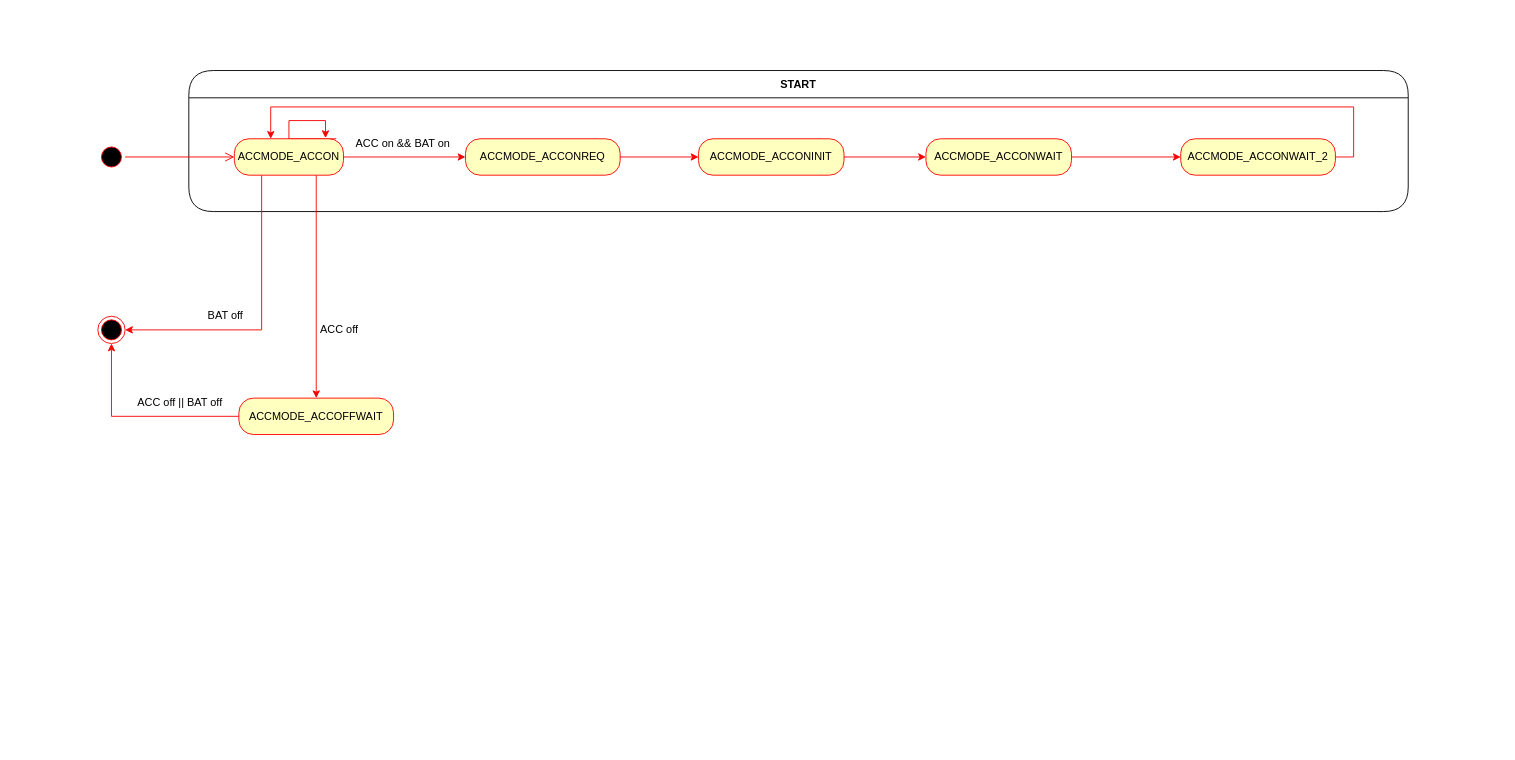
Above: page "AccMain" (2 of 2) of 제목 없는 다이어그램.drawio in chaeyoonl/state-transition-diagram-test (draw.io), before the change. Source tidied: cells renumbered, new cells numbered last; positions are measured from the earlier drawing's top-left corner, leaving out a move shared by most shapes. Both pictures are drawn from the tidied source at 91%, with x=0, y=0 at pixel (97, 70).
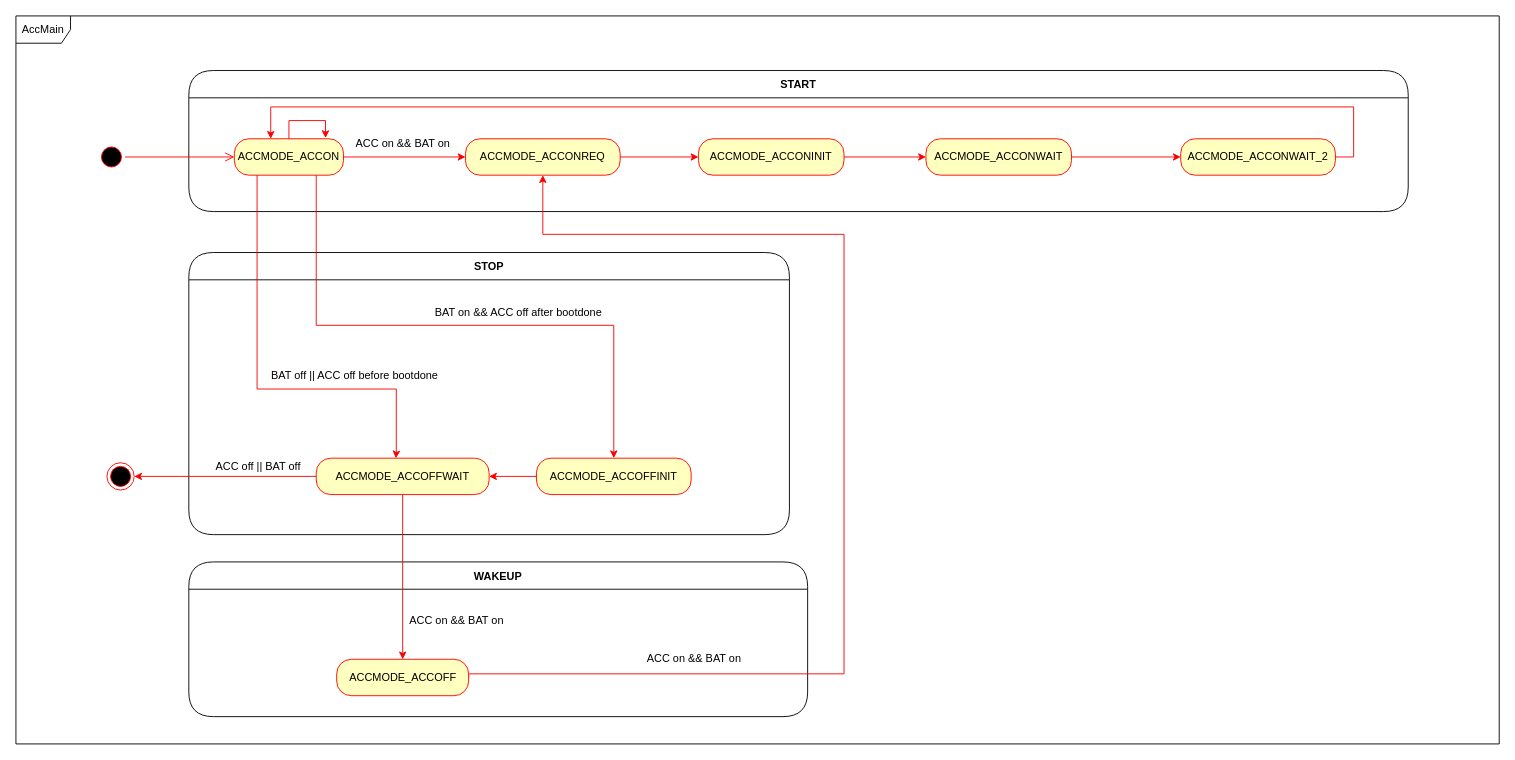
The same diagram, later.

Commit message (it also covers changes not shown here):
제목 없는 다이어그램.drawio 업데이트

The change refers to these unchanged cells:
```xml
<mxCell id="9" value="ACCMODE_ACCON" style="rounded=1;whiteSpace=wrap;html=1;arcSize=40;fontColor=#000000;fillColor=#ffffc0;strokeColor=#ff0000;fillStyle=auto;" parent="1" vertex="1">
  <mxGeometry x="150" y="75" width="120" height="40" as="geometry" />
</mxCell>
<mxCell id="11" value="ACCMODE_ACCONREQ" style="rounded=1;whiteSpace=wrap;html=1;arcSize=40;fontColor=#000000;fillColor=#ffffc0;strokeColor=#ff0000;fillStyle=auto;" parent="1" vertex="1">
  <mxGeometry x="404" y="75" width="170" height="40" as="geometry" />
</mxCell>
```

The edit, as a diff of the source:
```diff
@@
+    <mxCell id="25" value="AccMain" style="shape=umlFrame;whiteSpace=wrap;html=1;rounded=1;fillStyle=auto;strokeColor=#000000;fillColor=#FFFFFF;gradientColor=none;" parent="1" vertex="1">
+      <mxGeometry x="-90" y="-60" width="1630" height="800" as="geometry" />
+    </mxCell>
+    <mxCell id="26" value="WAKEUP" style="swimlane;fontStyle=1;align=center;verticalAlign=middle;horizontal=1;startSize=30;rounded=1;arcSize=30;swimlaneFillColor=#FFFFFF;fillStyle=auto;" parent="1" vertex="1">
+      <mxGeometry x="100" y="540" width="680" height="170" as="geometry" />
+    </mxCell>
+    <mxCell id="27" value="STOP" style="swimlane;fontStyle=1;align=center;verticalAlign=middle;horizontal=1;startSize=30;rounded=1;arcSize=30;swimlaneFillColor=#FFFFFF;fillStyle=auto;" parent="1" vertex="1">
+      <mxGeometry x="100" y="200" width="660" height="310" as="geometry" />
+    </mxCell>
@@
-    <mxCell id="6" style="edgeStyle=orthogonalEdgeStyle;rounded=0;jettySize=auto;html=1;exitX=0.25;exitY=1;exitDx=0;exitDy=0;entryX=1;entryY=0.5;entryDx=0;entryDy=0;strokeColor=#F70000;" parent="1" edge="1" source="9" target="22">
-      <mxGeometry relative="1" as="geometry" />
+    <mxCell id="6" style="edgeStyle=orthogonalEdgeStyle;rounded=0;jettySize=auto;html=1;strokeColor=#F70000;entryX=0.461;entryY=0.004;entryDx=0;entryDy=0;entryPerimeter=0;" parent="1" edge="1" target="32">
+      <mxGeometry relative="1" as="geometry">
+        <mxPoint x="175" y="110" as="sourcePoint" />
+        <Array as="points">
+          <mxPoint x="175" y="350" />
+          <mxPoint x="328" y="350" />
+          <mxPoint x="328" y="420" />
+        </Array>
+      </mxGeometry>
     </mxCell>
-    <mxCell id="7" style="edgeStyle=orthogonalEdgeStyle;rounded=0;jettySize=auto;html=1;exitX=0.5;exitY=0;exitDx=0;exitDy=0;strokeColor=#F70000;entryX=0.835;entryY=-0.02;entryDx=0;entryDy=0;entryPerimeter=0;" parent="1" edge="1" target="9">
+    <mxCell id="7" style="edgeStyle=orthogonalEdgeStyle;rounded=0;orthogonalLoop=1;jettySize=auto;html=1;exitX=0.831;exitY=0.017;exitDx=0;exitDy=0;strokeColor=#F70000;entryX=0.835;entryY=-0.02;entryDx=0;entryDy=0;entryPerimeter=0;exitPerimeter=0;" parent="1" edge="1" source="9" target="9">
       <mxGeometry relative="1" as="geometry">
-        <mxPoint x="262" y="75" as="sourcePoint" />
         <Array as="points">
-          <mxPoint x="210" y="75" />
+          <mxPoint x="210" y="76" />
           <mxPoint x="210" y="55" />
           <mxPoint x="250" y="55" />
         </Array>
       </mxGeometry>
     </mxCell>
-    <mxCell id="8" style="edgeStyle=orthogonalEdgeStyle;rounded=0;jettySize=auto;html=1;exitX=0.75;exitY=1;exitDx=0;exitDy=0;entryX=0.5;entryY=0;entryDx=0;entryDy=0;strokeColor=#F70000;" parent="1" edge="1" source="9" target="19">
+    <mxCell id="8" style="edgeStyle=orthogonalEdgeStyle;rounded=0;jettySize=auto;html=1;exitX=0.75;exitY=1;exitDx=0;exitDy=0;strokeColor=#F70000;entryX=0.5;entryY=0;entryDx=0;entryDy=0;" parent="1" edge="1" source="9" target="19">
       <mxGeometry relative="1" as="geometry">
         <Array as="points">
-          <mxPoint x="240" y="350" />
+          <mxPoint x="240" y="280" />
+          <mxPoint x="567" y="280" />
         </Array>
       </mxGeometry>
     </mxCell>
@@
-    <mxCell id="18" style="edgeStyle=orthogonalEdgeStyle;rounded=0;jettySize=auto;html=1;exitX=0;exitY=0.5;exitDx=0;exitDy=0;entryX=0.5;entryY=1;entryDx=0;entryDy=0;strokeColor=#F70000;" parent="1" edge="1" source="19" target="22">
-      <mxGeometry relative="1" as="geometry" />
-    </mxCell>
+    <mxCell id="28" style="edgeStyle=orthogonalEdgeStyle;rounded=0;jettySize=auto;html=1;exitX=0;exitY=0.5;exitDx=0;exitDy=0;entryX=1;entryY=0.5;entryDx=0;entryDy=0;strokeColor=#F70000;" parent="1" edge="1" source="19" target="32">
+      <mxGeometry relative="1" as="geometry" />
+    </mxCell>
-    <mxCell id="19" value="ACCMODE_ACCOFFWAIT" style="rounded=1;whiteSpace=wrap;html=1;arcSize=40;fontColor=#000000;fillColor=#ffffc0;strokeColor=#ff0000;fillStyle=auto;" parent="1" vertex="1">
-      <mxGeometry x="155" y="360" width="170" height="40" as="geometry" />
+    <mxCell id="19" value="ACCMODE_ACCOFFINIT" style="rounded=1;whiteSpace=wrap;html=1;arcSize=40;fontColor=#000000;fillColor=#ffffc0;strokeColor=#ff0000;fillStyle=auto;" parent="1" vertex="1">
+      <mxGeometry x="482" y="426" width="170" height="40" as="geometry" />
     </mxCell>
@@
-    <mxCell id="21" value="BAT off" style="text;html=1;align=center;verticalAlign=middle;fillColor=none;strokeColor=none;rounded=0;fillStyle=auto;" parent="1" vertex="1">
-      <mxGeometry x="110" y="255" width="60" height="30" as="geometry" />
-    </mxCell>
     <mxCell id="22" style="ellipse;html=1;shape=endState;fillColor=#000000;strokeColor=#ff0000;rounded=1;fillStyle=auto;" parent="1" vertex="1">
-      <mxGeometry y="270" width="30" height="30" as="geometry" />
+      <mxGeometry x="10" y="431" width="30" height="30" as="geometry" />
     </mxCell>
-    <mxCell id="23" value="ACC off" style="text;html=1;align=center;verticalAlign=middle;fillColor=none;strokeColor=none;rounded=0;fillStyle=auto;" parent="1" vertex="1">
-      <mxGeometry x="230" y="270" width="70" height="30" as="geometry" />
-    </mxCell>
+    <mxCell id="29" value="BAT on &amp;amp;&amp;amp; ACC off after bootdone" style="text;html=1;align=center;verticalAlign=middle;fillColor=none;strokeColor=none;rounded=0;fillStyle=auto;" parent="1" vertex="1">
+      <mxGeometry x="357" y="251" width="210" height="30" as="geometry" />
+    </mxCell>
+    <mxCell id="30" style="edgeStyle=orthogonalEdgeStyle;rounded=0;jettySize=auto;html=1;exitX=0;exitY=0.5;exitDx=0;exitDy=0;entryX=1;entryY=0.5;entryDx=0;entryDy=0;strokeColor=#F70000;" parent="1" edge="1" source="32" target="22">
+      <mxGeometry relative="1" as="geometry">
+        <Array as="points">
+          <mxPoint x="90" y="446" />
+          <mxPoint x="90" y="446" />
+        </Array>
+      </mxGeometry>
+    </mxCell>
+    <mxCell id="31" style="edgeStyle=orthogonalEdgeStyle;rounded=0;jettySize=auto;html=1;exitX=0.5;exitY=1;exitDx=0;exitDy=0;entryX=0.5;entryY=0;entryDx=0;entryDy=0;strokeColor=#F70000;" parent="1" edge="1" source="32" target="35">
+      <mxGeometry relative="1" as="geometry" />
+    </mxCell>
+    <mxCell id="32" value="ACCMODE_ACCOFFWAIT" style="rounded=1;whiteSpace=wrap;html=1;arcSize=40;fontColor=#000000;fillColor=#ffffc0;strokeColor=#ff0000;fillStyle=auto;" parent="1" vertex="1">
+      <mxGeometry x="240" y="426" width="190" height="40" as="geometry" />
+    </mxCell>
+    <mxCell id="33" value="BAT off || ACC off before bootdone" style="text;html=1;align=center;verticalAlign=middle;fillColor=none;strokeColor=none;rounded=0;fillStyle=auto;" parent="1" vertex="1">
+      <mxGeometry x="177" y="320" width="210" height="30" as="geometry" />
+    </mxCell>
     <mxCell id="24" value="ACC off || BAT off" style="text;html=1;align=center;verticalAlign=middle;fillColor=none;strokeColor=none;rounded=0;fillStyle=auto;" parent="1" vertex="1">
-      <mxGeometry x="30" y="350" width="120" height="30" as="geometry" />
+      <mxGeometry x="116" y="420" width="120" height="30" as="geometry" />
     </mxCell>
+    <mxCell id="34" style="edgeStyle=orthogonalEdgeStyle;rounded=0;jettySize=auto;html=1;exitX=1;exitY=0.5;exitDx=0;exitDy=0;strokeColor=#F70000;" parent="1" edge="1" source="35" target="11">
+      <mxGeometry relative="1" as="geometry">
+        <Array as="points">
+          <mxPoint x="820" y="663" />
+          <mxPoint x="820" y="180" />
+          <mxPoint x="489" y="180" />
+        </Array>
+      </mxGeometry>
+    </mxCell>
+    <mxCell id="35" value="ACCMODE_ACCOFF" style="rounded=1;whiteSpace=wrap;html=1;arcSize=40;fontColor=#000000;fillColor=#ffffc0;strokeColor=#ff0000;fillStyle=auto;" parent="1" vertex="1">
+      <mxGeometry x="262.5" y="647" width="145" height="40" as="geometry" />
+    </mxCell>
+    <mxCell id="36" value="ACC on &amp;amp;&amp;amp; BAT on" style="text;html=1;align=center;verticalAlign=middle;fillColor=none;strokeColor=none;rounded=0;fillStyle=auto;" parent="1" vertex="1">
+      <mxGeometry x="590" y="632" width="130" height="30" as="geometry" />
+    </mxCell>
+    <mxCell id="37" value="ACC on &amp;amp;&amp;amp; BAT on" style="text;html=1;align=center;verticalAlign=middle;fillColor=none;strokeColor=none;rounded=0;fillStyle=auto;" parent="1" vertex="1">
+      <mxGeometry x="329" y="590" width="130" height="30" as="geometry" />
+    </mxCell>
```
